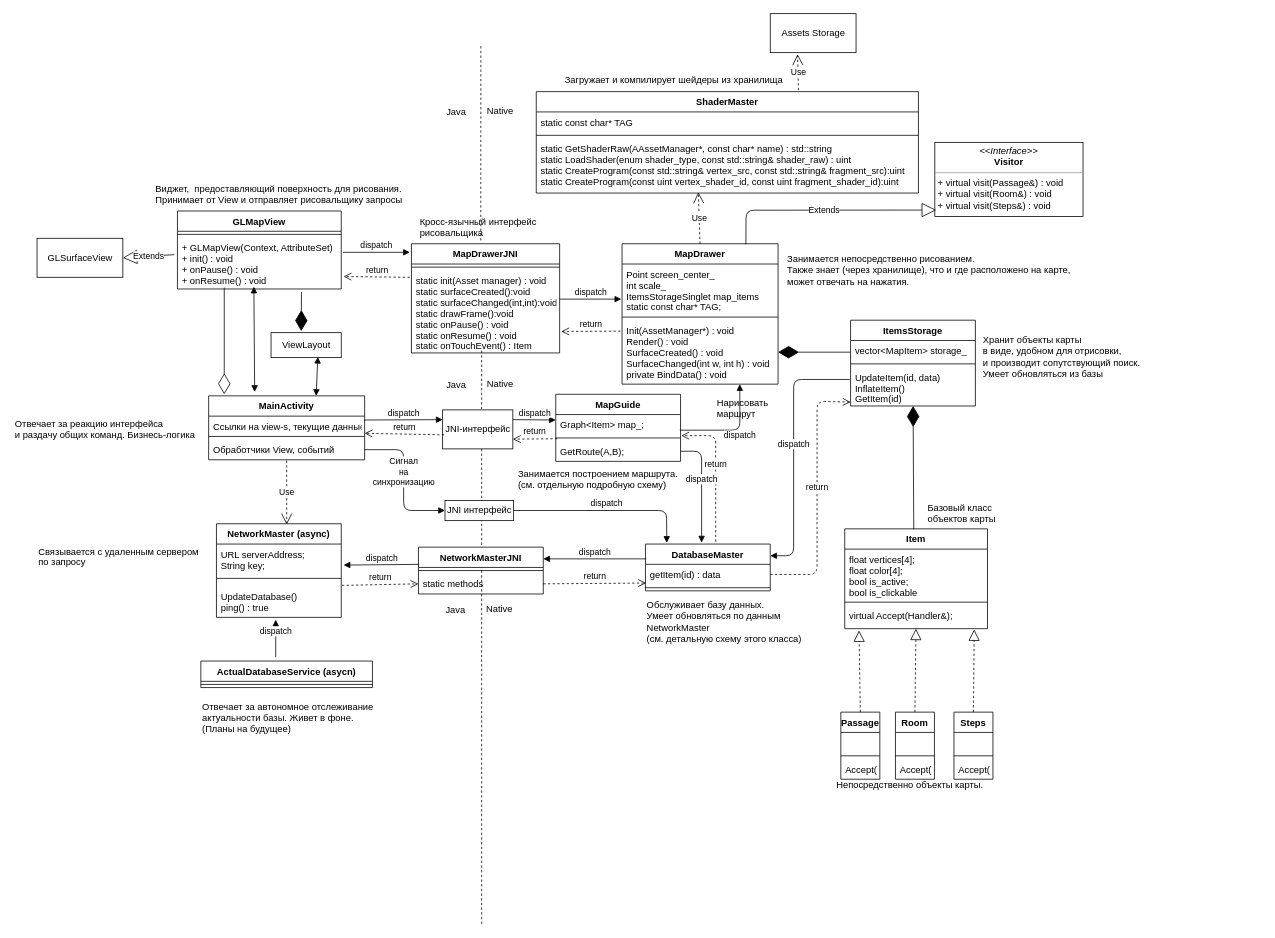
Earlier version of the draw.io diagram Android App/Untitled Diagram.drawio (tamerlanchik/FoxCode). Source tidied: cells renumbered, new cells numbered last; positions are measured from the earlier drawing's top-left corner, leaving out a move shared by most shapes. Both pictures are drawn from the tidied source at 78%, with x=0, y=0 at pixel (13, 13).
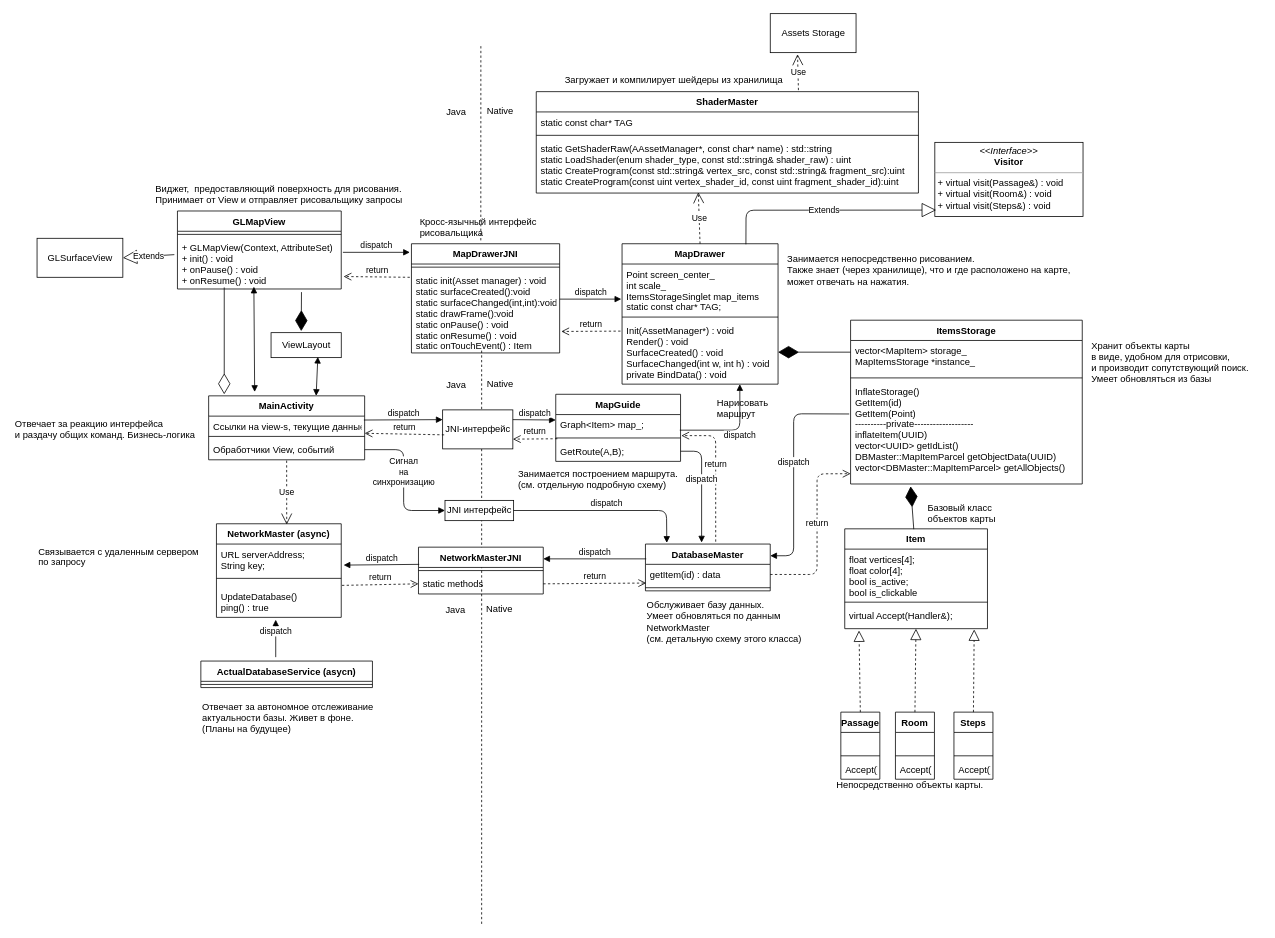
Above is the later version.

The change refers to these unchanged cells:
```xml
<mxCell id="42" value="DatabaseMaster" style="swimlane;fontStyle=1;align=center;verticalAlign=top;horizontal=1;startSize=26;" parent="1" vertex="1">
  <mxGeometry x="810" y="680" width="160" height="60" as="geometry" />
</mxCell>
<mxCell id="43" value="getItem(id) : data" style="text;strokeColor=none;fillColor=none;align=left;verticalAlign=top;spacingLeft=4;spacingRight=4;overflow=hidden;points=[[0,0.5],[1,0.5]];portConstraint=eastwest;" parent="42" vertex="1">
  <mxGeometry y="26" width="160" height="26" as="geometry" />
</mxCell>
```

Change to the diagram source:
```diff
@@
     <mxCell id="10" value="ItemsStorage&#10;&#10;" style="swimlane;fontStyle=1;align=center;verticalAlign=top;horizontal=1;startSize=26;" parent="1" vertex="1">
-      <mxGeometry x="1073" y="393" width="160" height="110" as="geometry" />
+      <mxGeometry x="1073" y="393" width="297" height="210" as="geometry" />
     </mxCell>
-    <mxCell id="11" value="vector&lt;MapItem&gt; storage_&#10;" style="text;strokeColor=none;fillColor=none;align=left;verticalAlign=top;spacingLeft=4;spacingRight=4;overflow=hidden;" parent="10" vertex="1">
-      <mxGeometry y="26" width="160" height="26" as="geometry" />
+    <mxCell id="11" value="vector&lt;MapItem&gt; storage_&#10;MapItemsStorage *instance_" style="text;strokeColor=none;fillColor=none;align=left;verticalAlign=top;spacingLeft=4;spacingRight=4;overflow=hidden;" parent="10" vertex="1">
+      <mxGeometry y="26" width="297" height="44" as="geometry" />
     </mxCell>
     <mxCell id="12" style="line;strokeWidth=1;fillColor=none;align=left;verticalAlign=middle;spacingTop=-1;spacingLeft=3;spacingRight=3;labelPosition=right;" parent="10" vertex="1">
-      <mxGeometry y="52" width="160" height="8" as="geometry" />
+      <mxGeometry y="70" width="297" height="8" as="geometry" />
     </mxCell>
-    <mxCell id="13" value="UpdateItem(id, data)&#10;InflateItem()&#10;GetItem(id)&#10;" style="text;strokeColor=none;fillColor=none;align=left;verticalAlign=top;spacingLeft=4;spacingRight=4;overflow=hidden;points=[[0,0.5],[1,0.5]];portConstraint=eastwest;" parent="10" vertex="1">
-      <mxGeometry y="60" width="160" height="50" as="geometry" />
+    <mxCell id="13" value="InflateStorage()&#10;GetItem(id)&#10;GetItem(Point)&#10;----------private-------------------&#10;inflateItem(UUID)&#10;vector&lt;UUID&gt; getIdList()&#10;DBMaster::MapItemParcel getObjectData(UUID)&#10;vector&lt;DBMaster::MapItemParcel&gt; getAllObjects()&#10;" style="text;strokeColor=none;fillColor=none;align=left;verticalAlign=top;spacingLeft=4;spacingRight=4;overflow=hidden;points=[[0,0.5],[1,0.5]];portConstraint=eastwest;" parent="10" vertex="1">
+      <mxGeometry y="78" width="297" height="132" as="geometry" />
     </mxCell>
@@
-    <mxCell id="18" style="endArrow=diamondThin;endFill=1;endSize=24;html=1;" parent="1" edge="1" target="13">
+    <mxCell id="18" style="endArrow=diamondThin;endFill=1;endSize=24;html=1;" parent="1" edge="1">
       <mxGeometry relative="1" as="geometry">
         <mxPoint x="1154" y="661" as="sourcePoint" />
+        <mxPoint x="1150" y="606" as="targetPoint" />
       </mxGeometry>
     </mxCell>
@@
     <mxCell id="80" value="Хранит объекты карты&lt;br&gt;в виде, удобном для отрисовки,&lt;br&gt;и производит сопутствующий поиск.&lt;br&gt;Умеет обновляться из базы&lt;br&gt;" style="text;html=1;align=left;verticalAlign=top;spacingTop=-4;" parent="1" vertex="1">
-      <mxGeometry x="1241" y="409" width="220" height="60" as="geometry" />
+      <mxGeometry x="1380" y="415.5" width="220" height="60" as="geometry" />
     </mxCell>
@@
     <mxCell id="97" value="return" style="html=1;verticalAlign=bottom;endArrow=open;dashed=1;endSize=8;exitX=1;exitY=0.5;exitDx=0;exitDy=0;entryX=0;entryY=0.9;entryDx=0;entryDy=0;entryPerimeter=0;" parent="1" edge="1" source="43" target="13">
       <mxGeometry relative="1" as="geometry">
         <Array as="points">
           <mxPoint x="1030" y="719" />
-          <mxPoint x="1030" y="497" />
+          <mxPoint x="1030" y="590" />
         </Array>
       </mxGeometry>
     </mxCell>
@@
     <mxCell id="100" value="dispatch" style="html=1;verticalAlign=bottom;endArrow=block;exitX=-0.006;exitY=0.32;exitDx=0;exitDy=0;exitPerimeter=0;entryX=1;entryY=0.25;entryDx=0;entryDy=0;" parent="1" edge="1" source="13" target="42">
       <mxGeometry relative="1" as="geometry">
         <Array as="points">
-          <mxPoint x="1000" y="469" />
+          <mxPoint x="1000" y="513" />
           <mxPoint x="1000" y="695" />
         </Array>
       </mxGeometry>
     </mxCell>
```
